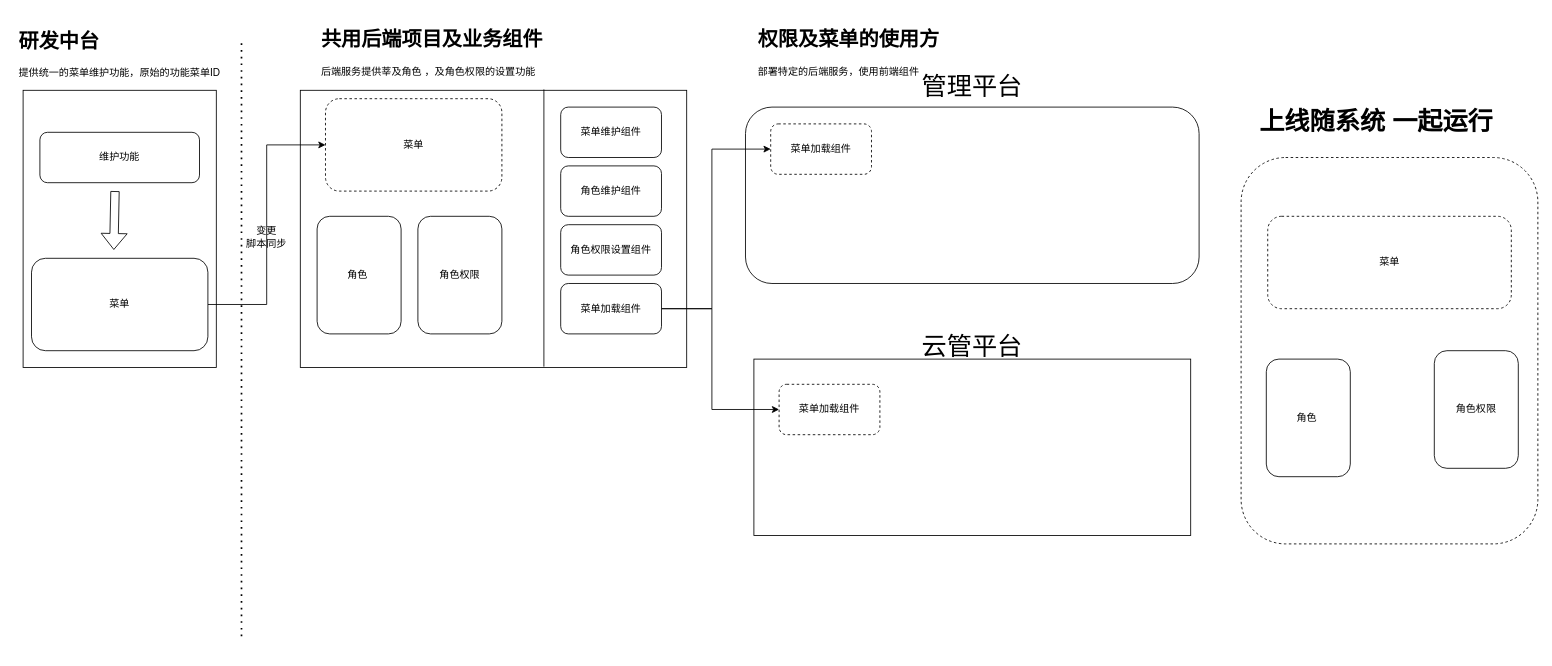
Before: Untitled Diagram.drawio in Snuger/draw, a draw.io diagram. Source tidied: cells renumbered, new cells numbered last; positions are measured from the earlier drawing's top-left corner, leaving out a move shared by most shapes. Both pictures are drawn from the tidied source at 84%, with x=0, y=0 at pixel (14, 23).
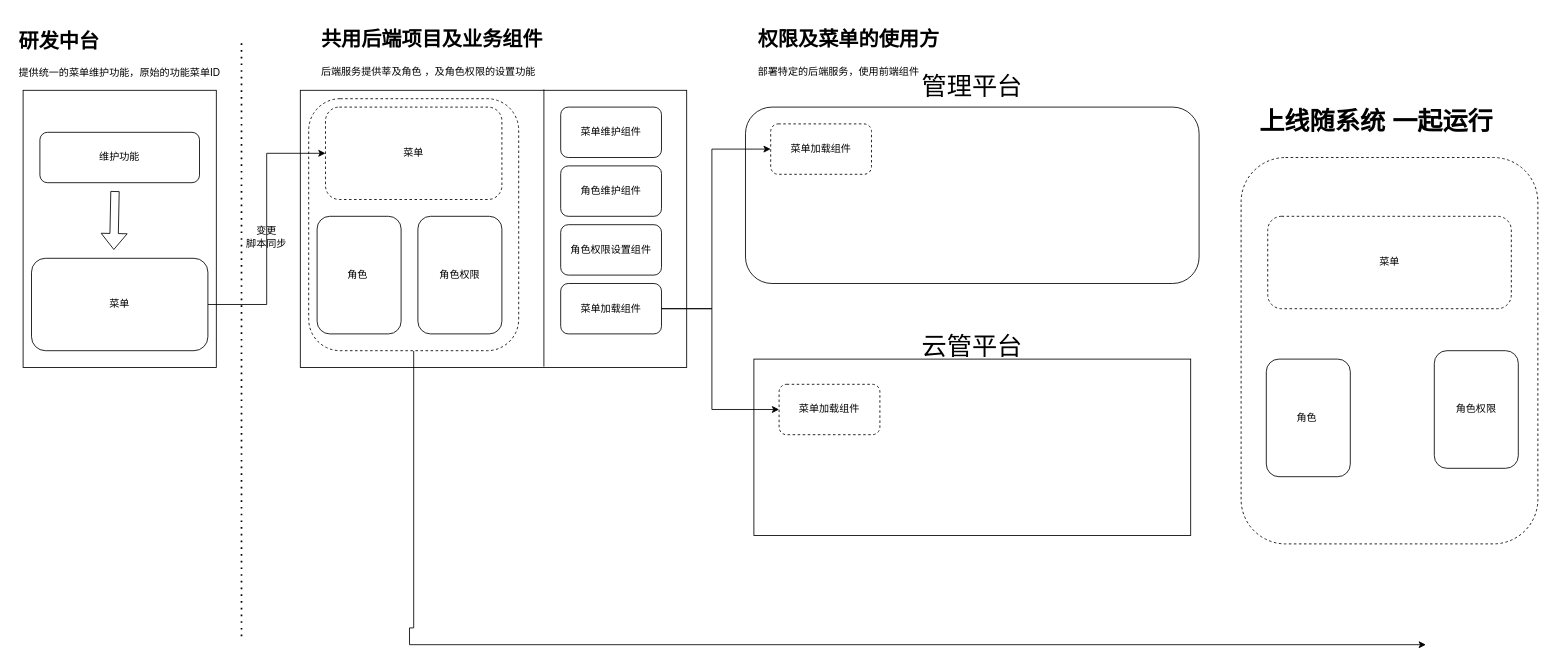
The same page after the edit.

The edit, as a diff of the source:
```diff
@@
+    <mxCell id="4" style="rounded=0;whiteSpace=wrap;html=1;" parent="1" vertex="1">
+      <mxGeometry x="340" y="80" width="460" height="330" as="geometry" />
+    </mxCell>
+    <mxCell id="34" style="edgeStyle=orthogonalEdgeStyle;rounded=0;jettySize=auto;html=1;fontSize=30;" parent="1" edge="1" source="35">
+      <mxGeometry relative="1" as="geometry">
+        <mxPoint x="1680" y="740" as="targetPoint" />
+        <Array as="points">
+          <mxPoint x="475" y="720" />
+          <mxPoint x="470" y="720" />
+        </Array>
+      </mxGeometry>
+    </mxCell>
+    <mxCell id="35" style="rounded=1;whiteSpace=wrap;html=1;dashed=1;fontSize=30;" parent="1" vertex="1">
+      <mxGeometry x="350" y="90" width="250" height="300" as="geometry" />
+    </mxCell>
@@
-    <mxCell id="4" style="rounded=0;whiteSpace=wrap;html=1;" parent="1" vertex="1">
-      <mxGeometry x="340" y="80" width="460" height="330" as="geometry" />
-    </mxCell>
@@
     <mxCell id="8" value="菜单" style="rounded=1;whiteSpace=wrap;html=1;dashed=1;" parent="1" vertex="1">
-      <mxGeometry x="370" y="90" width="210" height="110" as="geometry" />
+      <mxGeometry x="370" y="100" width="210" height="110" as="geometry" />
     </mxCell>
```
